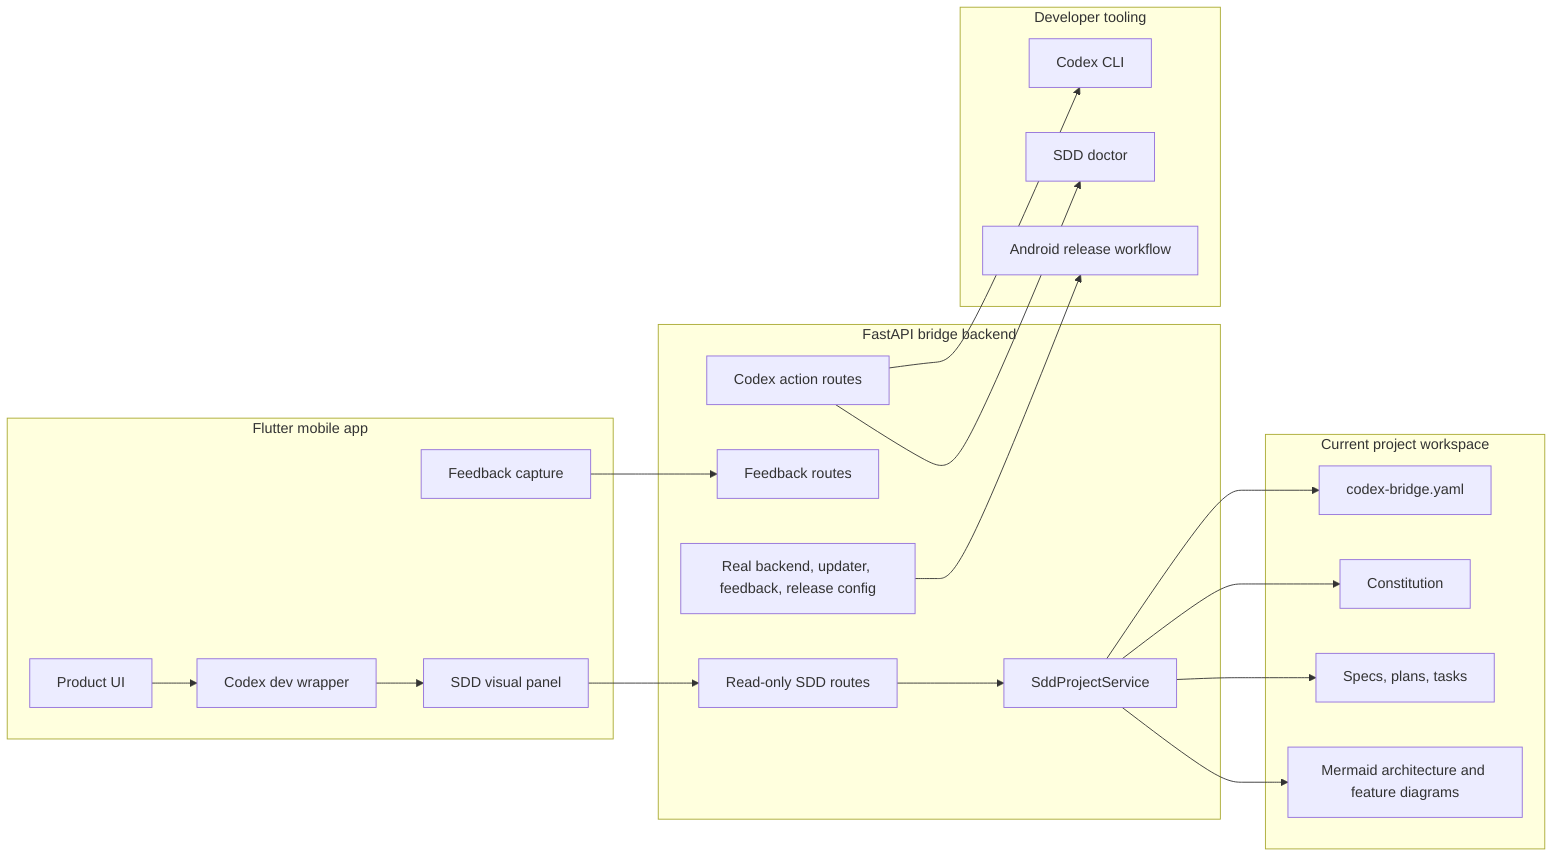
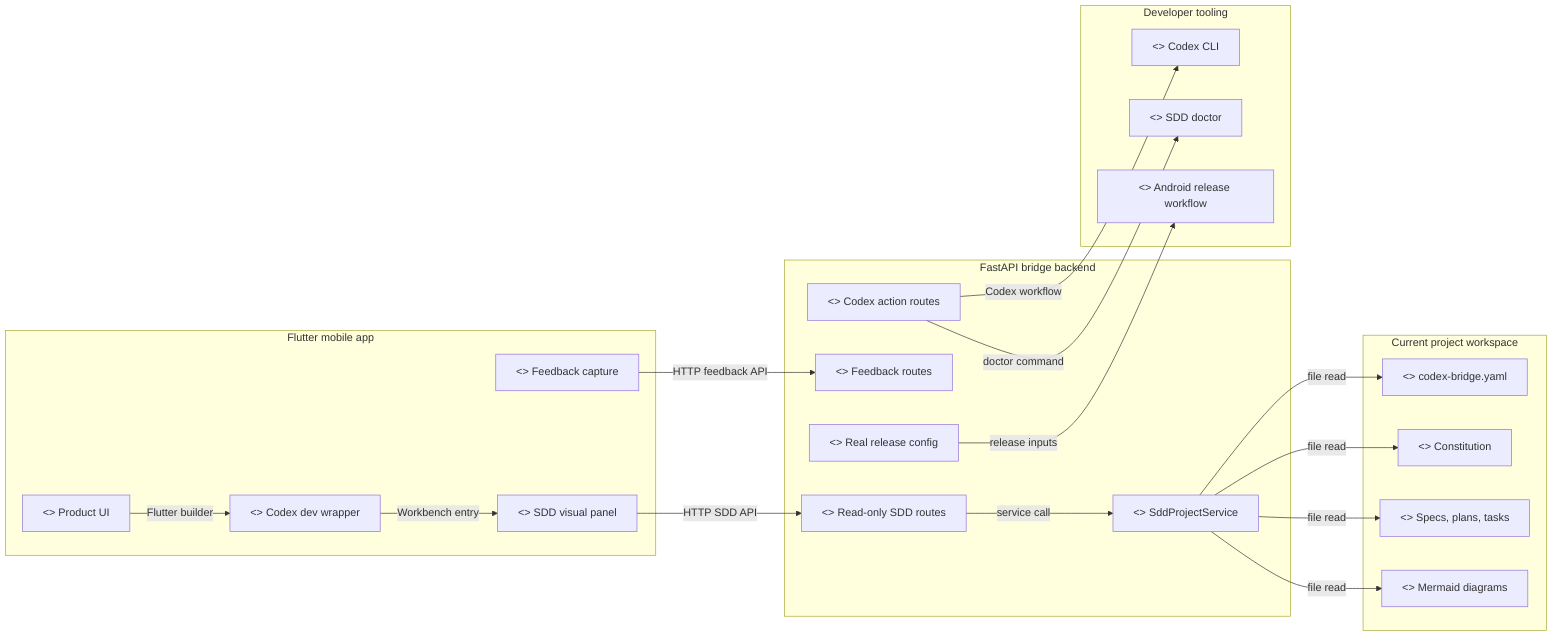
flowchart LR
    subgraph Mobile["Flutter mobile app"]
-         ProductUI["Product UI"]
-         DevWrapper["Codex dev wrapper"]
-         SddPanel["SDD visual panel"]
-         FeedbackCapture["Feedback capture"]
+         ProductUI["<<component>> Product UI"]
+         DevWrapper["<<component>> Codex dev wrapper"]
+         SddPanel["<<component>> SDD visual panel"]
+         FeedbackCapture["<<component>> Feedback capture"]
    end

    subgraph Backend["FastAPI bridge backend"]
-         SddRoutes["Read-only SDD routes"]
-         FeedbackRoutes["Feedback routes"]
-         ActionRoutes["Codex action routes"]
-         SddService["SddProjectService"]
-         Config["Real backend, updater, feedback, release config"]
+         SddRoutes["<<component>> Read-only SDD routes"]
+         FeedbackRoutes["<<component>> Feedback routes"]
+         ActionRoutes["<<component>> Codex action routes"]
+         SddService["<<component>> SddProjectService"]
+         Config["<<component>> Real release config"]
    end

    subgraph Workspace["Current project workspace"]
-         Manifest["codex-bridge.yaml"]
-         Constitution["Constitution"]
-         Specs["Specs, plans, tasks"]
-         Diagrams["Mermaid architecture and feature diagrams"]
+         Manifest["<<component>> codex-bridge.yaml"]
+         Constitution["<<component>> Constitution"]
+         Specs["<<component>> Specs, plans, tasks"]
+         Diagrams["<<component>> Mermaid diagrams"]
    end

    subgraph Tooling["Developer tooling"]
-         CodexCli["Codex CLI"]
-         Doctor["SDD doctor"]
-         GitHubRelease["Android release workflow"]
+         CodexCli["<<component>> Codex CLI"]
+         Doctor["<<component>> SDD doctor"]
+         GitHubRelease["<<component>> Android release workflow"]
    end

-     ProductUI --> DevWrapper
-     DevWrapper --> SddPanel
-     SddPanel --> SddRoutes
-     FeedbackCapture --> FeedbackRoutes
-     SddRoutes --> SddService
-     SddService --> Manifest
-     SddService --> Constitution
-     SddService --> Specs
-     SddService --> Diagrams
-     ActionRoutes --> CodexCli
-     ActionRoutes --> Doctor
-     Config --> GitHubRelease
+     ProductUI -->|Flutter builder| DevWrapper
+     DevWrapper -->|Workbench entry| SddPanel
+     SddPanel -->|HTTP SDD API| SddRoutes
+     FeedbackCapture -->|HTTP feedback API| FeedbackRoutes
+     SddRoutes -->|service call| SddService
+     SddService -->|file read| Manifest
+     SddService -->|file read| Constitution
+     SddService -->|file read| Specs
+     SddService -->|file read| Diagrams
+     ActionRoutes -->|Codex workflow| CodexCli
+     ActionRoutes -->|doctor command| Doctor
+     Config -->|release inputs| GitHubRelease
+ 
+     %% UML interface orientation: consumer is on the circle side; provider is on the C/socket side.
+     %% uml-interface: Flutter builder consumer=ProductUI provider=DevWrapper
+     %% uml-interface: Workbench entry consumer=DevWrapper provider=SddPanel
+     %% uml-interface: HTTP SDD API consumer=SddPanel provider=SddRoutes
+     %% uml-interface: HTTP feedback API consumer=FeedbackCapture provider=FeedbackRoutes
+     %% uml-interface: service call consumer=SddRoutes provider=SddService
+     %% uml-interface: Codex workflow consumer=ActionRoutes provider=CodexCli
